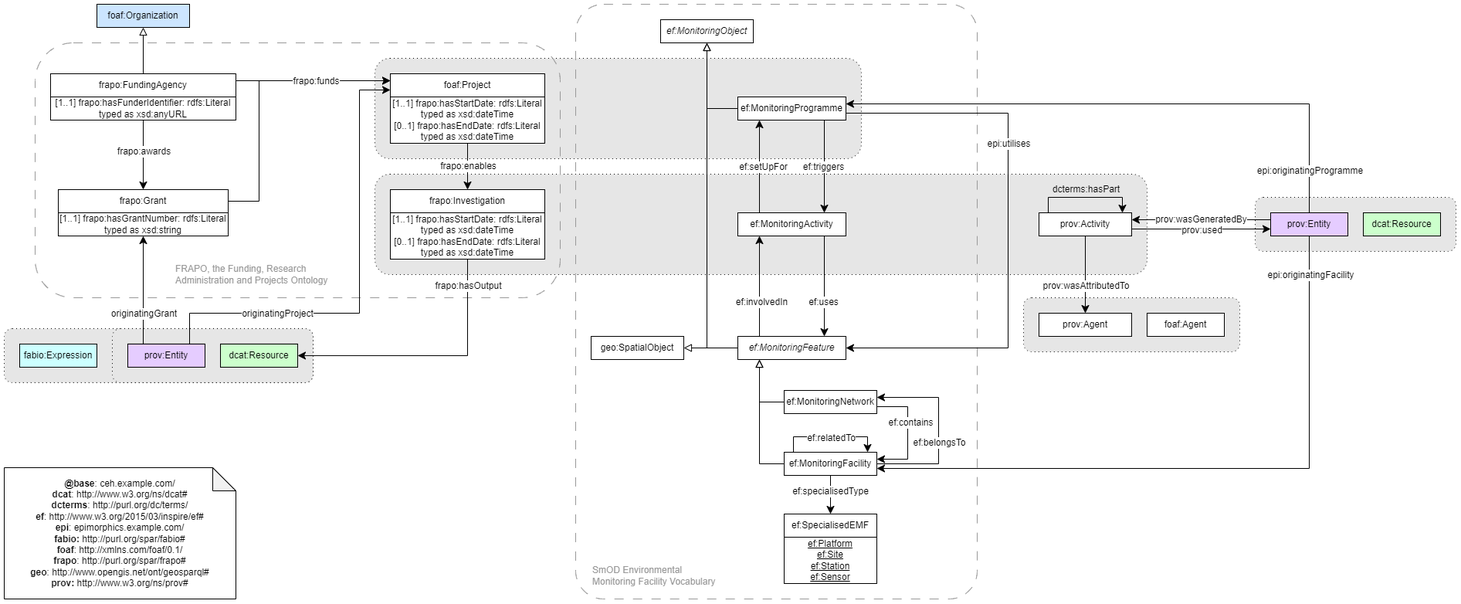
Above: ontology/digital_objects_ontology.png in NERC-CEH/digital-objects-ontology (draw.io), before the change. Source tidied: cells renumbered, new cells last; positions are measured from the earlier drawing's top-left corner, leaving out a move shared by most shapes.
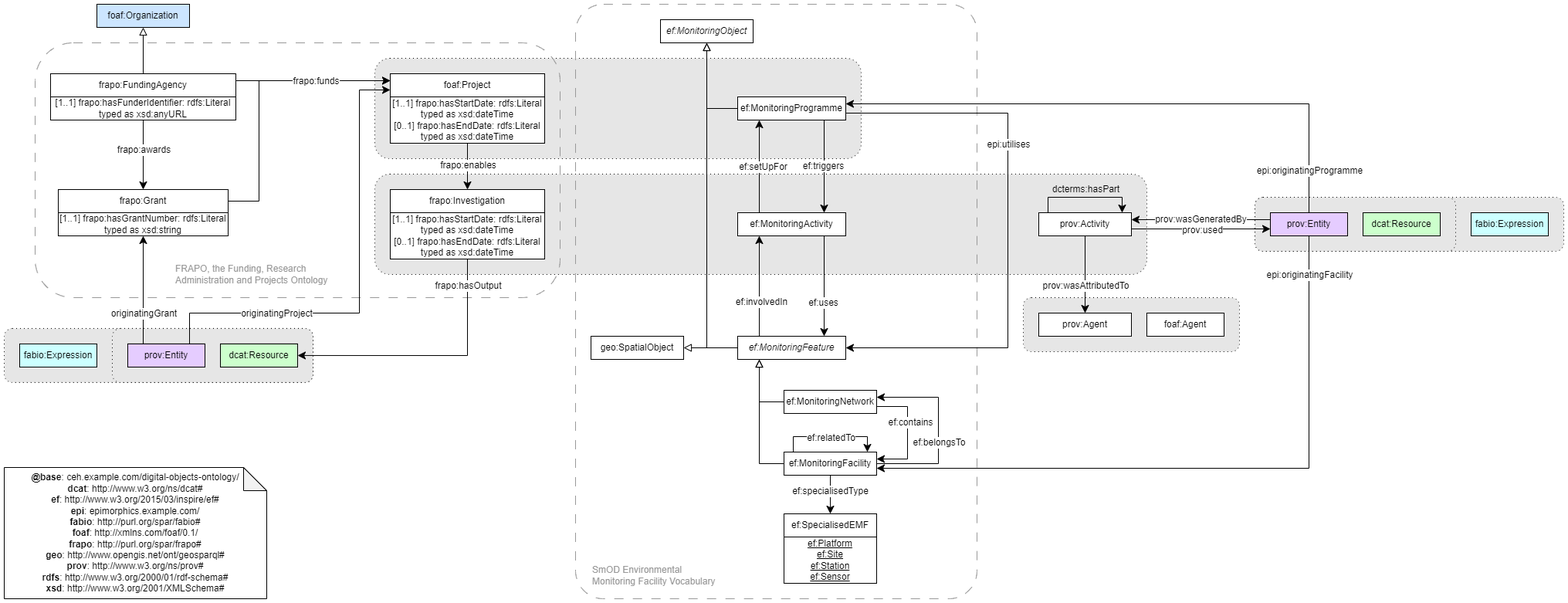
Above is the later version.

Diff of the diagram source:
```diff
@@ -2,6 +2,12 @@
   <root>
     <mxCell id="0" />
     <mxCell id="1" parent="0" />
+    <mxCell id="93" style="rounded=1;whiteSpace=wrap;html=1;fillColor=#E6E6E6;dashed=1;dashPattern=1 4;" parent="1" vertex="1">
+      <mxGeometry x="1620" y="250" width="400" height="70" as="geometry" />
+    </mxCell>
+    <mxCell id="94" value="fabio:Expression" style="rounded=0;whiteSpace=wrap;html=1;fillColor=#CCFFFF;" parent="1" vertex="1">
+      <mxGeometry x="1900" y="270" width="100" height="30" as="geometry" />
+    </mxCell>
     <mxCell id="2" style="rounded=1;whiteSpace=wrap;html=1;fillColor=#E6E6E6;dashed=1;dashPattern=1 4;" parent="1" vertex="1">
       <mxGeometry x="480" y="220" width="1000" height="130" as="geometry" />
     </mxCell>
@@ -337,8 +343,8 @@
     <mxCell id="82" value="prov:Entity" style="rounded=0;whiteSpace=wrap;html=1;snapToPoint=1;points=[[0.1,0],[0.2,0],[0.3,0],[0.4,0],[0.5,0],[0.6,0],[0.7,0],[0.8,0],[0.9,0],[0,0.1],[0,0.3],[0,0.5],[0,0.7],[0,0.9],[0.1,1],[0.2,1],[0.3,1],[0.4,1],[0.5,1],[0.6,1],[0.7,1],[0.8,1],[0.9,1],[1,0.1],[1,0.3],[1,0.5],[1,0.7],[1,0.9]];fillColor=#E5CCFF;" parent="1" vertex="1">
       <mxGeometry x="1640" y="270" width="100" height="30" as="geometry" />
     </mxCell>
-    <mxCell id="83" value="&lt;div&gt;&lt;b&gt;@base&lt;/b&gt;: ceh.example.com/&lt;/div&gt;&lt;div&gt;&lt;b&gt;dcat&lt;/b&gt;:&amp;nbsp;http://www.w3.org/ns/dcat#&lt;br&gt;&lt;/div&gt;&lt;div&gt;&lt;b&gt;dcterms&lt;/b&gt;:&amp;nbsp;http://purl.org/dc/terms/&lt;/div&gt;&lt;div&gt;&lt;b&gt;ef&lt;/b&gt;:&amp;nbsp;http://www.w3.org/2015/03/inspire/ef#&lt;/div&gt;&lt;div&gt;&lt;b&gt;epi&lt;/b&gt;: epimorphics.example.com/&lt;/div&gt;&lt;div&gt;&lt;b&gt;fabio:&lt;/b&gt;&amp;nbsp;&lt;span style=&quot;background-color: transparent;&quot;&gt;http://purl.org/spar/fabio#&lt;/span&gt;&lt;/div&gt;&lt;div&gt;&lt;span style=&quot;background-color: transparent;&quot;&gt;&lt;b&gt;foaf&lt;/b&gt;:&amp;nbsp;&lt;/span&gt;&lt;span style=&quot;background-color: transparent;&quot;&gt;http://xmlns.com/foaf/0.1/&lt;/span&gt;&lt;/div&gt;&lt;div&gt;&lt;span style=&quot;background-color: transparent;&quot;&gt;&lt;b&gt;frapo&lt;/b&gt;:&amp;nbsp;&lt;/span&gt;&lt;span style=&quot;background-color: transparent; color: light-dark(rgb(0, 0, 0), rgb(255, 255, 255));&quot;&gt;http://purl.org/spar/frapo#&lt;/span&gt;&lt;/div&gt;&lt;div&gt;&lt;span style=&quot;background-color: transparent;&quot;&gt;&lt;b&gt;geo&lt;/b&gt;:&amp;nbsp;&lt;/span&gt;&lt;span style=&quot;background-color: transparent;&quot;&gt;http://www.opengis.net/ont/geosparql#&lt;/span&gt;&lt;/div&gt;&lt;div&gt;&lt;b style=&quot;background-color: transparent; color: light-dark(rgb(0, 0, 0), rgb(255, 255, 255));&quot;&gt;prov:&lt;/b&gt;&lt;span style=&quot;background-color: transparent; color: light-dark(rgb(0, 0, 0), rgb(255, 255, 255));&quot;&gt;&amp;nbsp;http://www.w3.org/ns/prov#&lt;/span&gt;&lt;br&gt;&lt;/div&gt;" style="shape=note;whiteSpace=wrap;html=1;backgroundOutline=1;darkOpacity=0.05;" parent="1" vertex="1">
-      <mxGeometry y="600" width="300" height="170" as="geometry" />
+    <mxCell id="83" value="&lt;div&gt;&lt;b&gt;@base&lt;/b&gt;: ceh.example.com/digital-objects-ontology/&lt;/div&gt;&lt;div&gt;&lt;b&gt;dcat&lt;/b&gt;:&amp;nbsp;http://www.w3.org/ns/dcat#&lt;br&gt;&lt;/div&gt;&lt;div&gt;&lt;b style=&quot;background-color: transparent; color: light-dark(rgb(0, 0, 0), rgb(255, 255, 255));&quot;&gt;ef&lt;/b&gt;&lt;span style=&quot;background-color: transparent; color: light-dark(rgb(0, 0, 0), rgb(255, 255, 255));&quot;&gt;:&amp;nbsp;http://www.w3.org/2015/03/inspire/ef#&lt;/span&gt;&lt;br&gt;&lt;/div&gt;&lt;div&gt;&lt;b&gt;epi&lt;/b&gt;: epimorphics.example.com/&lt;/div&gt;&lt;div&gt;&lt;b&gt;fabio&lt;/b&gt;:&amp;nbsp;&lt;span style=&quot;background-color: transparent;&quot;&gt;http://purl.org/spar/fabio#&lt;/span&gt;&lt;/div&gt;&lt;div&gt;&lt;span style=&quot;background-color: transparent;&quot;&gt;&lt;b&gt;foaf&lt;/b&gt;:&amp;nbsp;&lt;/span&gt;&lt;span style=&quot;background-color: transparent;&quot;&gt;http://xmlns.com/foaf/0.1/&lt;/span&gt;&lt;/div&gt;&lt;div&gt;&lt;span style=&quot;background-color: transparent;&quot;&gt;&lt;b&gt;frapo&lt;/b&gt;:&amp;nbsp;&lt;/span&gt;&lt;span style=&quot;background-color: transparent; color: light-dark(rgb(0, 0, 0), rgb(255, 255, 255));&quot;&gt;http://purl.org/spar/frapo#&lt;/span&gt;&lt;/div&gt;&lt;div&gt;&lt;span style=&quot;background-color: transparent;&quot;&gt;&lt;b&gt;geo&lt;/b&gt;:&amp;nbsp;&lt;/span&gt;&lt;span style=&quot;background-color: transparent;&quot;&gt;http://www.opengis.net/ont/geosparql#&lt;/span&gt;&lt;/div&gt;&lt;div&gt;&lt;b style=&quot;background-color: transparent; color: light-dark(rgb(0, 0, 0), rgb(255, 255, 255));&quot;&gt;prov&lt;/b&gt;&lt;span style=&quot;background-color: transparent; color: light-dark(rgb(0, 0, 0), rgb(255, 255, 255));&quot;&gt;:&lt;/span&gt;&lt;span style=&quot;background-color: transparent; color: light-dark(rgb(0, 0, 0), rgb(255, 255, 255));&quot;&gt;&amp;nbsp;http://www.w3.org/ns/prov#&lt;/span&gt;&lt;br&gt;&lt;/div&gt;&lt;div&gt;&lt;span style=&quot;background-color: transparent; color: light-dark(rgb(0, 0, 0), rgb(255, 255, 255));&quot;&gt;&lt;b&gt;rdfs&lt;/b&gt;:&amp;nbsp;&lt;/span&gt;&lt;span style=&quot;background-color: transparent;&quot;&gt;http://www.w3.org/2000/01/rdf-schema#&lt;/span&gt;&lt;/div&gt;&lt;div&gt;&lt;span style=&quot;background-color: transparent; color: light-dark(rgb(0, 0, 0), rgb(255, 255, 255));&quot;&gt;&lt;b&gt;xsd&lt;/b&gt;:&amp;nbsp;&lt;/span&gt;&lt;span style=&quot;background-color: transparent;&quot;&gt;http://www.w3.org/2001/XMLSchema#&lt;/span&gt;&lt;/div&gt;" style="shape=note;whiteSpace=wrap;html=1;backgroundOutline=1;darkOpacity=0.05;" parent="1" vertex="1">
+      <mxGeometry y="600" width="340" height="170" as="geometry" />
     </mxCell>
     <mxCell id="84" style="endArrow=classic;html=1;exitX=0.2;exitY=0;exitDx=0;exitDy=0;entryX=0.5;entryY=1;entryDx=0;entryDy=0;endSize=8;arcSize=0;rounded=0;" parent="1" edge="1" source="76" target="79">
       <mxGeometry relative="1" as="geometry" />
```
